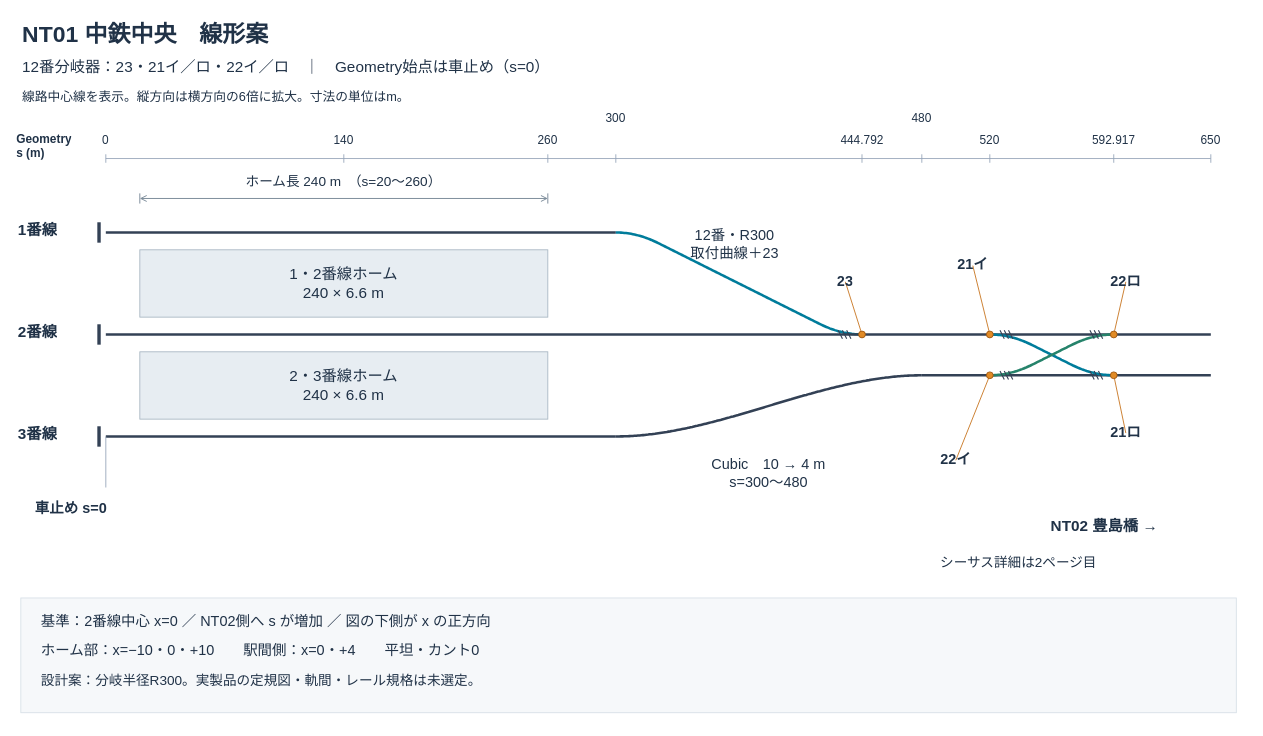
Before: page "NT01 線形全体" (1 of 2) of Documentation/Track/NtLine/Alignment/NT01/NT01線形図.drawio in neko3141592/Nakatetsu, a draw.io diagram. Source tidied: cells renumbered, new cells numbered last; positions are measured from the earlier drawing's top-left corner, leaving out a move shared by most shapes. Both pictures are drawn from the tidied source at 85%, with x=0, y=0 at pixel (14, 14).
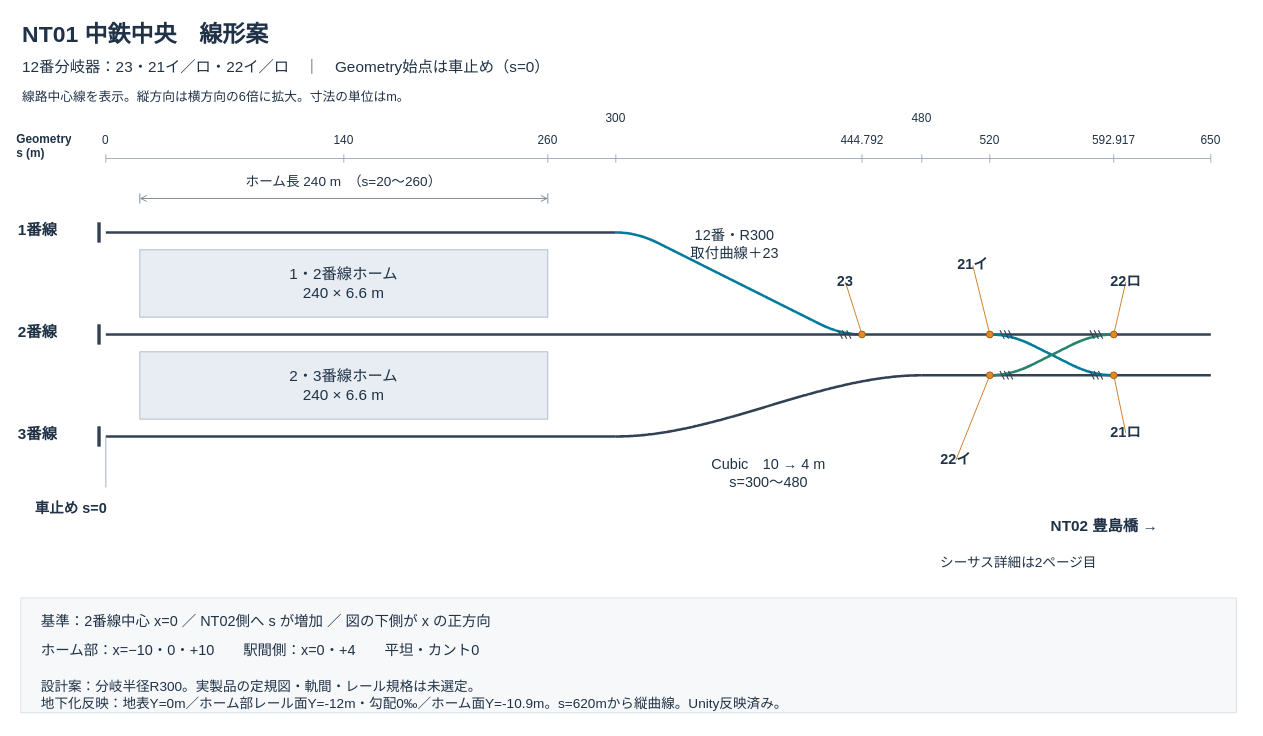
After the change.

The edit, as a diff of the source:
```diff
@@
-    <mxCell id="84" value="設計案：分岐半径R300。実製品の定規図・軌間・レール規格は未選定。" style="text;html=0;whiteSpace=wrap;overflow=hidden;align=left;verticalAlign=middle;fontFamily=Hiragino Sans;fontColor=#203247;fontSize=16;fontStyle=0;" parent="1" vertex="1">
-      <mxGeometry x="29" y="768" width="1390" height="30" as="geometry" />
+    <mxCell id="84" value="設計案：分岐半径R300。実製品の定規図・軌間・レール規格は未選定。&#10;地下化反映：地表Y=0m／ホーム部レール面Y=-12m・勾配0‰／ホーム面Y=-10.9m。s=620mから縦曲線。Unity反映済み。" style="text;html=0;whiteSpace=wrap;overflow=hidden;align=left;verticalAlign=middle;fontFamily=Hiragino Sans;fontColor=#203247;fontSize=16;fontStyle=0;" parent="1" vertex="1">
+      <mxGeometry x="29" y="768" width="1390" height="64" as="geometry" />
     </mxCell>
```
